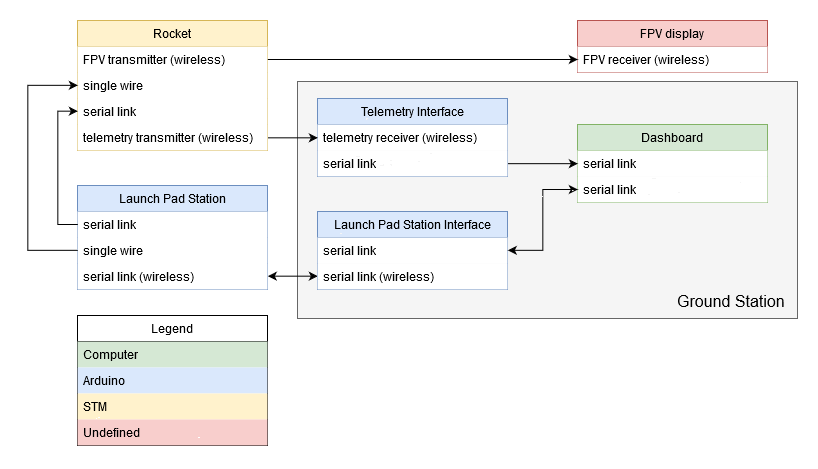
This is doc/diagrams/data_links.png from aesirkth/ground-control, a draw.io export, as it was before one commit. Source tidied: cells renumbered, new cells last; positions are measured from the earlier drawing's top-left corner, leaving out a move shared by most shapes.
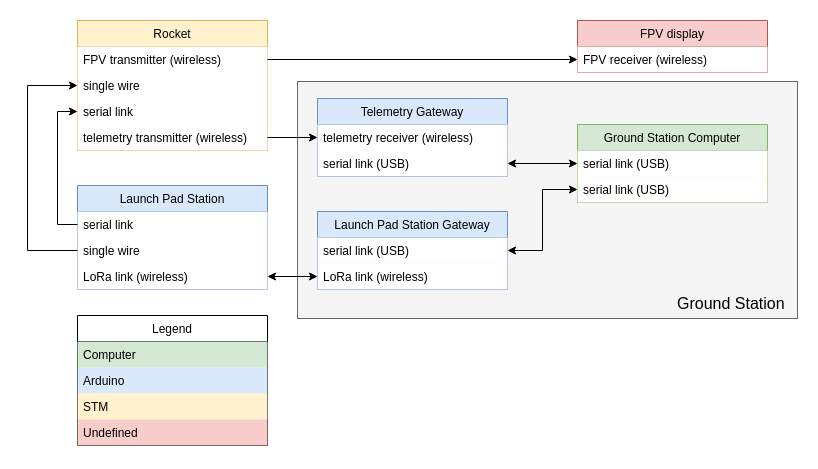
The same file after the commit.

What changed in the source:
```diff
@@ -32,7 +32,7 @@
     <mxCell id="11" value="single wire" style="text;strokeColor=none;fillColor=#ffffff;align=left;verticalAlign=top;spacingLeft=4;spacingRight=4;overflow=hidden;points=[[0,0.5],[1,0.5]];portConstraint=eastwest;" parent="9" vertex="1">
       <mxGeometry y="52" width="190" height="26" as="geometry" />
     </mxCell>
-    <mxCell id="12" value="serial link (wireless)&#10;" style="text;strokeColor=none;fillColor=#ffffff;align=left;verticalAlign=top;spacingLeft=4;spacingRight=4;overflow=hidden;points=[[0,0.5],[1,0.5]];portConstraint=eastwest;" parent="9" vertex="1">
+    <mxCell id="12" value="LoRa link (wireless)" style="text;strokeColor=none;fillColor=#ffffff;align=left;verticalAlign=top;spacingLeft=4;spacingRight=4;overflow=hidden;points=[[0,0.5],[1,0.5]];portConstraint=eastwest;" parent="9" vertex="1">
       <mxGeometry y="78" width="190" height="26" as="geometry" />
     </mxCell>
     <mxCell id="13" style="edgeStyle=orthogonalEdgeStyle;rounded=0;jettySize=auto;html=1;exitX=0;exitY=0.5;exitDx=0;exitDy=0;entryX=0;entryY=0.5;entryDx=0;entryDy=0;startArrow=none;startFill=0;endArrow=classic;endFill=1;" parent="1" edge="1" source="10" target="6">
@@ -46,37 +46,37 @@
         </Array>
       </mxGeometry>
     </mxCell>
-    <mxCell id="15" value="Dashboard" style="swimlane;fontStyle=0;horizontal=1;startSize=26;fillColor=#d5e8d4;strokeColor=#82b366;" parent="1" vertex="1">
+    <mxCell id="15" value="Ground Station Computer" style="swimlane;fontStyle=0;horizontal=1;startSize=26;fillColor=#d5e8d4;strokeColor=#82b366;" parent="1" vertex="1">
       <mxGeometry x="550" y="104" width="190" height="78" as="geometry" />
     </mxCell>
-    <mxCell id="16" value="serial link" style="text;strokeColor=none;fillColor=#ffffff;align=left;verticalAlign=top;spacingLeft=4;spacingRight=4;overflow=hidden;points=[[0,0.5],[1,0.5]];portConstraint=eastwest;" parent="15" vertex="1">
+    <mxCell id="16" value="serial link (USB)" style="text;strokeColor=none;fillColor=#ffffff;align=left;verticalAlign=top;spacingLeft=4;spacingRight=4;overflow=hidden;points=[[0,0.5],[1,0.5]];portConstraint=eastwest;" parent="15" vertex="1">
       <mxGeometry y="26" width="190" height="26" as="geometry" />
     </mxCell>
-    <mxCell id="17" value="serial link&#10;" style="text;align=left;verticalAlign=top;spacingLeft=4;spacingRight=4;overflow=hidden;points=[[0,0.5],[1,0.5]];portConstraint=eastwest;fillColor=#ffffff;" parent="15" vertex="1">
+    <mxCell id="17" value="serial link (USB)" style="text;align=left;verticalAlign=top;spacingLeft=4;spacingRight=4;overflow=hidden;points=[[0,0.5],[1,0.5]];portConstraint=eastwest;fillColor=#ffffff;" parent="15" vertex="1">
       <mxGeometry y="52" width="190" height="26" as="geometry" />
     </mxCell>
-    <mxCell id="18" value="Telemetry Interface" style="swimlane;fontStyle=0;horizontal=1;startSize=26;fillColor=#dae8fc;strokeColor=#6c8ebf;" parent="1" vertex="1">
+    <mxCell id="18" value="Telemetry Gateway" style="swimlane;fontStyle=0;horizontal=1;startSize=26;fillColor=#dae8fc;strokeColor=#6c8ebf;" parent="1" vertex="1">
       <mxGeometry x="290" y="78" width="190" height="78" as="geometry" />
     </mxCell>
     <mxCell id="19" value="telemetry receiver (wireless)" style="text;strokeColor=none;fillColor=#ffffff;align=left;verticalAlign=top;spacingLeft=4;spacingRight=4;overflow=hidden;points=[[0,0.5],[1,0.5]];portConstraint=eastwest;" parent="18" vertex="1">
       <mxGeometry y="26" width="190" height="26" as="geometry" />
     </mxCell>
-    <mxCell id="20" value="serial link" style="text;strokeColor=none;fillColor=#ffffff;align=left;verticalAlign=top;spacingLeft=4;spacingRight=4;overflow=hidden;points=[[0,0.5],[1,0.5]];portConstraint=eastwest;" parent="18" vertex="1">
+    <mxCell id="20" value="serial link (USB)" style="text;strokeColor=none;fillColor=#ffffff;align=left;verticalAlign=top;spacingLeft=4;spacingRight=4;overflow=hidden;points=[[0,0.5],[1,0.5]];portConstraint=eastwest;" parent="18" vertex="1">
       <mxGeometry y="52" width="190" height="26" as="geometry" />
     </mxCell>
-    <mxCell id="21" value="Launch Pad Station Interface" style="swimlane;fontStyle=0;horizontal=1;startSize=26;fillColor=#dae8fc;strokeColor=#6c8ebf;" parent="1" vertex="1">
+    <mxCell id="21" value="Launch Pad Station Gateway" style="swimlane;fontStyle=0;horizontal=1;startSize=26;fillColor=#dae8fc;strokeColor=#6c8ebf;" parent="1" vertex="1">
       <mxGeometry x="290" y="191" width="190" height="78" as="geometry" />
     </mxCell>
-    <mxCell id="22" value="serial link" style="text;strokeColor=none;fillColor=#ffffff;align=left;verticalAlign=top;spacingLeft=4;spacingRight=4;overflow=hidden;points=[[0,0.5],[1,0.5]];portConstraint=eastwest;" parent="21" vertex="1">
+    <mxCell id="22" value="serial link (USB)" style="text;strokeColor=none;fillColor=#ffffff;align=left;verticalAlign=top;spacingLeft=4;spacingRight=4;overflow=hidden;points=[[0,0.5],[1,0.5]];portConstraint=eastwest;" parent="21" vertex="1">
       <mxGeometry y="26" width="190" height="26" as="geometry" />
     </mxCell>
-    <mxCell id="23" value="serial link (wireless)" style="text;strokeColor=none;fillColor=#ffffff;align=left;verticalAlign=top;spacingLeft=4;spacingRight=4;overflow=hidden;points=[[0,0.5],[1,0.5]];portConstraint=eastwest;" parent="21" vertex="1">
+    <mxCell id="23" value="LoRa link (wireless)" style="text;strokeColor=none;fillColor=#ffffff;align=left;verticalAlign=top;spacingLeft=4;spacingRight=4;overflow=hidden;points=[[0,0.5],[1,0.5]];portConstraint=eastwest;" parent="21" vertex="1">
       <mxGeometry y="52" width="190" height="26" as="geometry" />
     </mxCell>
     <mxCell id="24" style="edgeStyle=orthogonalEdgeStyle;rounded=0;jettySize=auto;html=1;exitX=0;exitY=0.5;exitDx=0;exitDy=0;entryX=1;entryY=0.5;entryDx=0;entryDy=0;startArrow=classic;startFill=1;" parent="1" edge="1" source="17" target="22">
       <mxGeometry relative="1" as="geometry" />
     </mxCell>
-    <mxCell id="25" style="edgeStyle=orthogonalEdgeStyle;rounded=0;jettySize=auto;html=1;exitX=0;exitY=0.5;exitDx=0;exitDy=0;entryX=1;entryY=0.5;entryDx=0;entryDy=0;startArrow=classic;startFill=1;endArrow=none;endFill=0;" parent="1" edge="1" source="16" target="20">
+    <mxCell id="25" style="edgeStyle=orthogonalEdgeStyle;rounded=0;jettySize=auto;html=1;exitX=0;exitY=0.5;exitDx=0;exitDy=0;entryX=1;entryY=0.5;entryDx=0;entryDy=0;startArrow=classic;startFill=1;endArrow=classic;endFill=1;" parent="1" edge="1" source="16" target="20">
       <mxGeometry relative="1" as="geometry" />
     </mxCell>
     <mxCell id="26" style="edgeStyle=orthogonalEdgeStyle;rounded=0;jettySize=auto;html=1;exitX=1;exitY=0.5;exitDx=0;exitDy=0;entryX=0;entryY=0.5;entryDx=0;entryDy=0;startArrow=none;startFill=0;" parent="1" edge="1" source="7" target="19">
```
